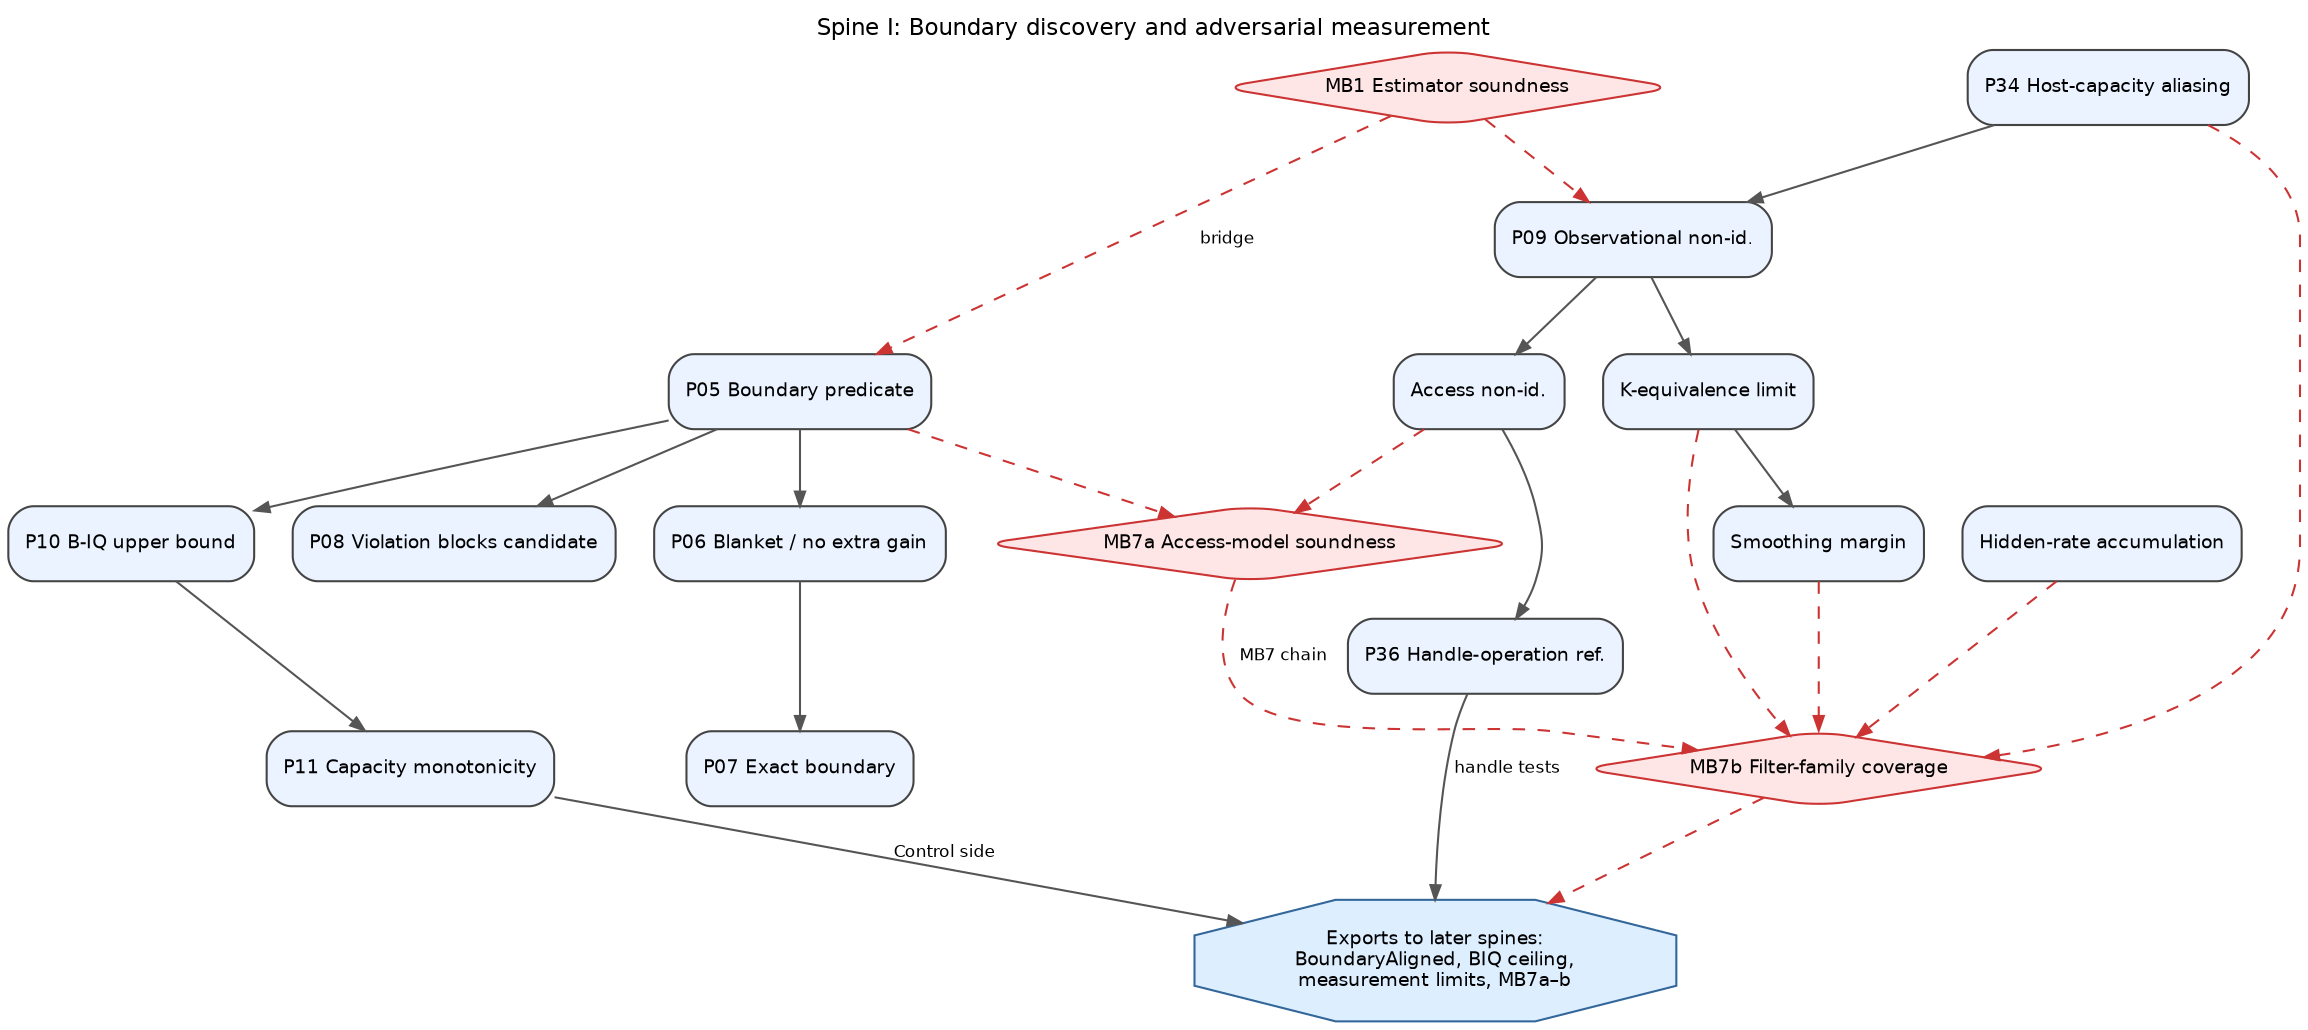
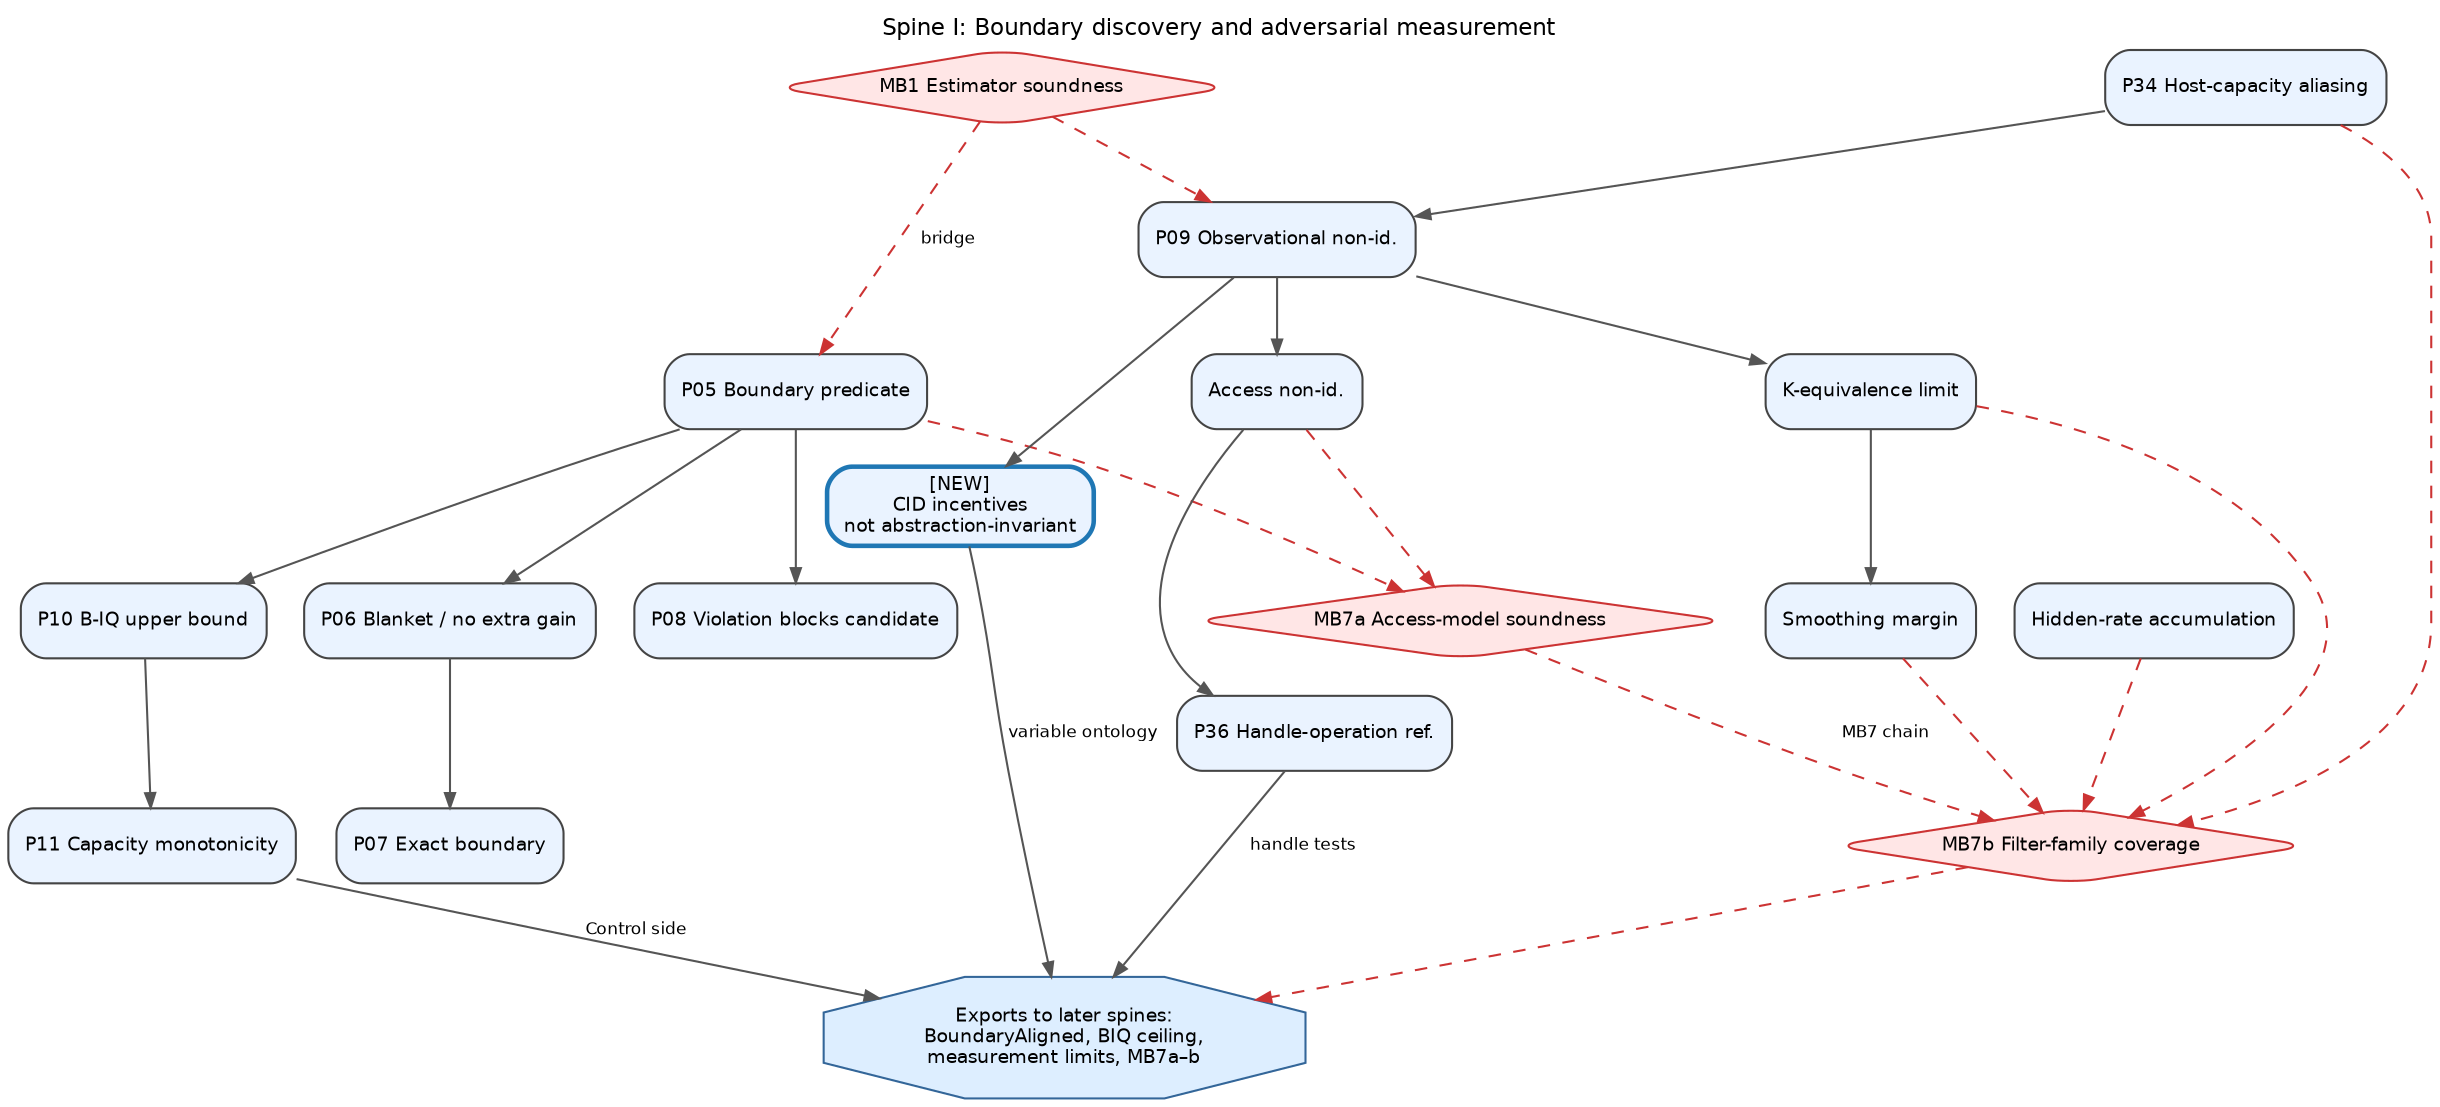
digraph Spine01BoundaryMeasurement {
  graph [
    rankdir=TB,
    bgcolor="white",
    splines=true,
    overlap=false,
    fontsize=11,
    fontname="Helvetica",
    label="Spine I: Boundary discovery and adversarial measurement",
    labelloc="t"
  ];
  node [shape=box, style="rounded,filled", fontname="Helvetica", fontsize=9, color="#444444"];
  edge [fontname="Helvetica", fontsize=8, color="#555555", arrowsize=0.7];

  P05 [label="P05 Boundary predicate", fillcolor="#EAF3FF"];
  P06 [label="P06 Blanket / no extra gain", fillcolor="#EAF3FF"];
  P07 [label="P07 Exact boundary", fillcolor="#EAF3FF"];
  P08 [label="P08 Violation blocks candidate", fillcolor="#EAF3FF"];
  P09 [label="P09 Observational non-id.", fillcolor="#EAF3FF"];
  P09A [label="Access non-id.", fillcolor="#EAF3FF"];
+   PCID [label="[NEW]\nCID incentives\nnot abstraction-invariant", fillcolor="#EAF3FF", color="#1F77B4", penwidth=2.2];
  P09K [label="K-equivalence limit", fillcolor="#EAF3FF"];
  P36 [label="P36 Handle-operation ref.", fillcolor="#EAF3FF"];
  P36M [label="Smoothing margin", fillcolor="#EAF3FF"];
  P10 [label="P10 B-IQ upper bound", fillcolor="#EAF3FF"];
  P11 [label="P11 Capacity monotonicity", fillcolor="#EAF3FF"];
  P34 [label="P34 Host-capacity aliasing", fillcolor="#EAF3FF"];
  P43H [label="Hidden-rate accumulation", fillcolor="#EAF3FF"];

  MB1 [shape=diamond, fillcolor="#FFE6E6", color="#CC3333", label="MB1 Estimator soundness"];
  MB7a [shape=diamond, fillcolor="#FFE6E6", color="#CC3333", label="MB7a Access-model soundness"];
  MB7b [shape=diamond, fillcolor="#FFE6E6", color="#CC3333", label="MB7b Filter-family coverage"];

  OUT [shape=octagon, style="filled", fillcolor="#DDEEFF", color="#336699",
       label="Exports to later spines:\nBoundaryAligned, BIQ ceiling,\nmeasurement limits, MB7a–b"];

  P05 -> P06 -> P07;
  P05 -> P08;
  P05 -> P10 -> P11;
  P09 -> P09A -> P36;
+   P09 -> PCID;
  P09 -> P09K -> P36M;
  P34 -> P09;

  MB1 -> P05 [style=dashed, color="#CC3333", label="bridge"];
  MB1 -> P09 [style=dashed, color="#CC3333"];
  P05 -> MB7a [style=dashed, color="#CC3333"];
  P09A -> MB7a [style=dashed, color="#CC3333"];
  MB7a -> MB7b [style=dashed, color="#CC3333", label="MB7 chain"];
  P09K -> MB7b [style=dashed, color="#CC3333"];
  P36M -> MB7b [style=dashed, color="#CC3333"];
  P34 -> MB7b [style=dashed, color="#CC3333"];
  P43H -> MB7b [style=dashed, color="#CC3333"];

  P11 -> OUT [label="Control side"];
  MB7b -> OUT [style=dashed, color="#CC3333"];
  P36 -> OUT [label="handle tests"];
+   PCID -> OUT [label="variable ontology"];
}
